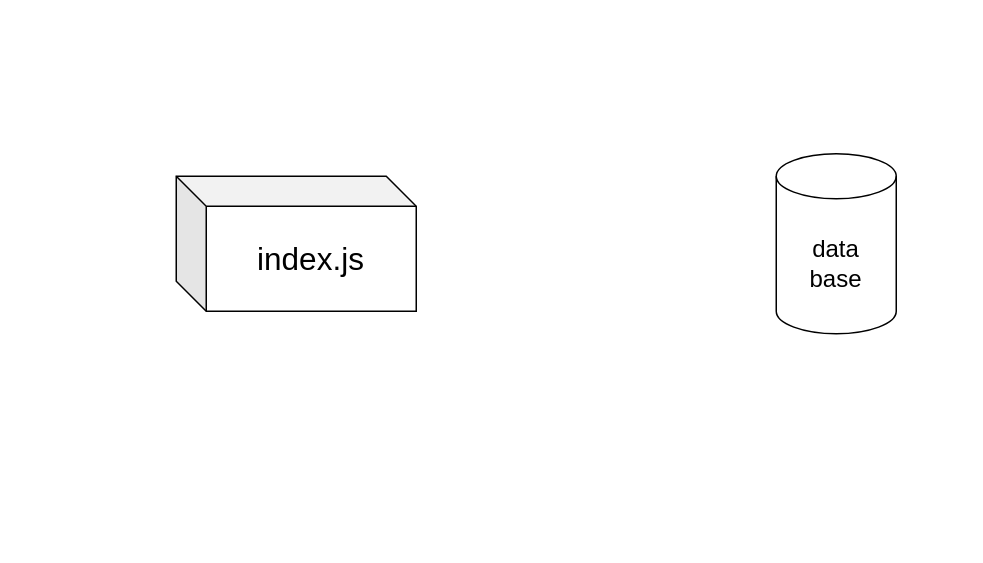
The draw.io diagram projectStructure.drawio in coluccifrancesco/webapp-express, before the edit. Source tidied: cells renumbered, new cells numbered last; positions are measured from the earlier drawing's top-left corner, leaving out a move shared by most shapes. Both pictures are drawn from the tidied source at 150%, with x=0, y=0 at pixel (176, 153).
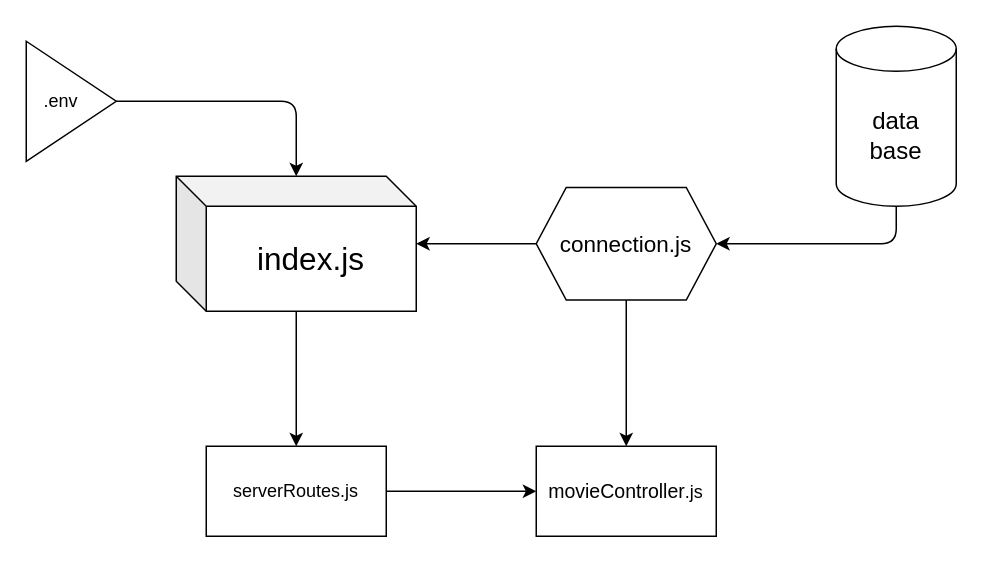
The same diagram, later.

Commit message (it also covers changes not shown here):
Structure update and better folders management

What changed in the source:
```diff
@@
 <mxGraphModel>
   <root>
     <mxCell id="0" />
     <mxCell id="1" parent="0" />
+    <mxCell id="4" style="edgeStyle=none;html=1;" parent="1" edge="1" source="2" target="9">
+      <mxGeometry relative="1" as="geometry" />
+    </mxCell>
     <mxCell id="2" value="&lt;font style=&quot;font-size: 21px;&quot;&gt;index.js&lt;/font&gt;" style="shape=cube;whiteSpace=wrap;html=1;boundedLbl=1;backgroundOutline=1;darkOpacity=0.05;darkOpacity2=0.1;" parent="1" vertex="1">
       <mxGeometry y="15" width="160" height="90" as="geometry" />
     </mxCell>
+    <mxCell id="5" style="edgeStyle=none;html=1;exitX=0.5;exitY=1;exitDx=0;exitDy=0;exitPerimeter=0;entryX=1;entryY=0.5;entryDx=0;entryDy=0;" parent="1" edge="1" source="3" target="11">
+      <mxGeometry relative="1" as="geometry">
+        <Array as="points">
+          <mxPoint x="480" y="60" />
+        </Array>
+      </mxGeometry>
+    </mxCell>
     <mxCell id="3" value="&lt;font style=&quot;font-size: 16px;&quot;&gt;data&lt;/font&gt;&lt;div&gt;&lt;font style=&quot;font-size: 16px;&quot;&gt;base&lt;/font&gt;&lt;/div&gt;" style="shape=cylinder3;whiteSpace=wrap;html=1;boundedLbl=1;backgroundOutline=1;size=15;" parent="1" vertex="1">
-      <mxGeometry x="400" width="80" height="120" as="geometry" />
+      <mxGeometry x="440" y="-85" width="80" height="120" as="geometry" />
     </mxCell>
+    <mxCell id="6" value=".env&amp;nbsp; &amp;nbsp;&amp;nbsp;" style="triangle;whiteSpace=wrap;html=1;" parent="1" vertex="1">
+      <mxGeometry x="-100" y="-75" width="60" height="80" as="geometry" />
+    </mxCell>
+    <mxCell id="7" style="edgeStyle=none;html=1;exitX=1;exitY=0.5;exitDx=0;exitDy=0;" parent="1" edge="1" source="6" target="2">
+      <mxGeometry relative="1" as="geometry">
+        <Array as="points">
+          <mxPoint x="80" y="-35" />
+        </Array>
+      </mxGeometry>
+    </mxCell>
+    <mxCell id="8" style="edgeStyle=none;html=1;exitX=1;exitY=0.5;exitDx=0;exitDy=0;" parent="1" edge="1" source="9" target="13">
+      <mxGeometry relative="1" as="geometry" />
+    </mxCell>
+    <mxCell id="9" value="serverRoutes.js" style="rounded=0;whiteSpace=wrap;html=1;" parent="1" vertex="1">
+      <mxGeometry x="20" y="195" width="120" height="60" as="geometry" />
+    </mxCell>
+    <mxCell id="10" style="edgeStyle=none;html=1;exitX=0.5;exitY=1;exitDx=0;exitDy=0;" parent="1" edge="1" source="11" target="13">
+      <mxGeometry relative="1" as="geometry" />
+    </mxCell>
+    <mxCell id="11" value="&lt;font style=&quot;font-size: 15px;&quot;&gt;connection.js&lt;/font&gt;" style="shape=hexagon;perimeter=hexagonPerimeter2;whiteSpace=wrap;html=1;fixedSize=1;" parent="1" vertex="1">
+      <mxGeometry x="240" y="22.5" width="120" height="75" as="geometry" />
+    </mxCell>
+    <mxCell id="12" style="edgeStyle=none;html=1;exitX=0;exitY=0.5;exitDx=0;exitDy=0;" parent="1" edge="1" source="11" target="2">
+      <mxGeometry relative="1" as="geometry" />
+    </mxCell>
+    <mxCell id="13" value="&lt;font style=&quot;font-size: 13px;&quot;&gt;movieController&lt;/font&gt;.js" style="rounded=0;whiteSpace=wrap;html=1;" parent="1" vertex="1">
+      <mxGeometry x="240" y="195" width="120" height="60" as="geometry" />
+    </mxCell>
   </root>
 </mxGraphModel>
```
